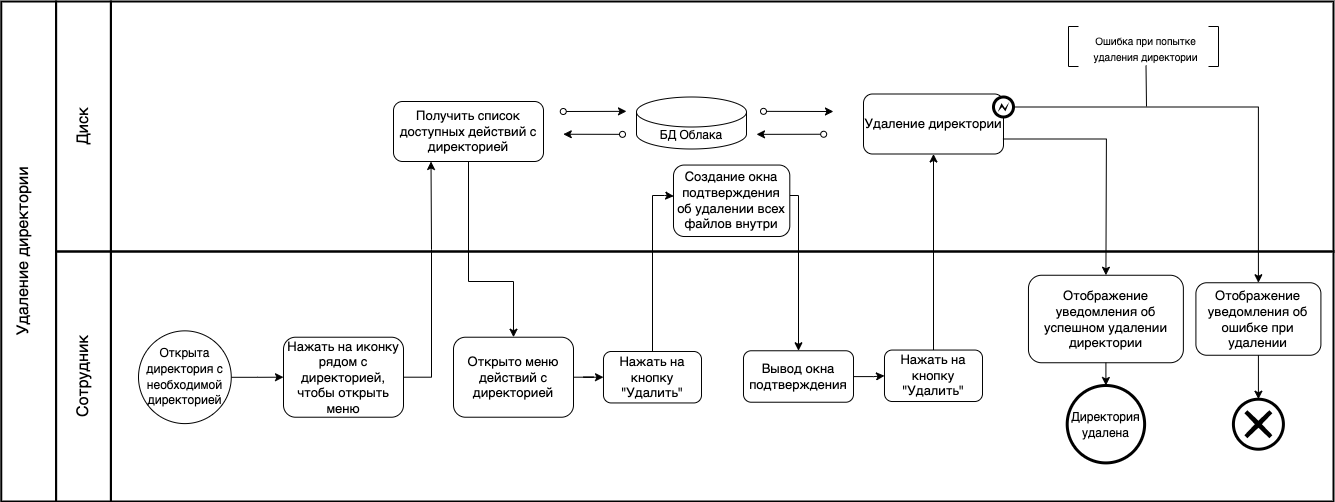
Before: docs/bpmn/UML + BPMN-7.6.2 BPMN.drawio.png, a diagram exported from draw.io (shuv8/cloudstorage). Source tidied: cells renumbered, new cells last; positions are measured from the earlier drawing's top-left corner, leaving out a move shared by most shapes.
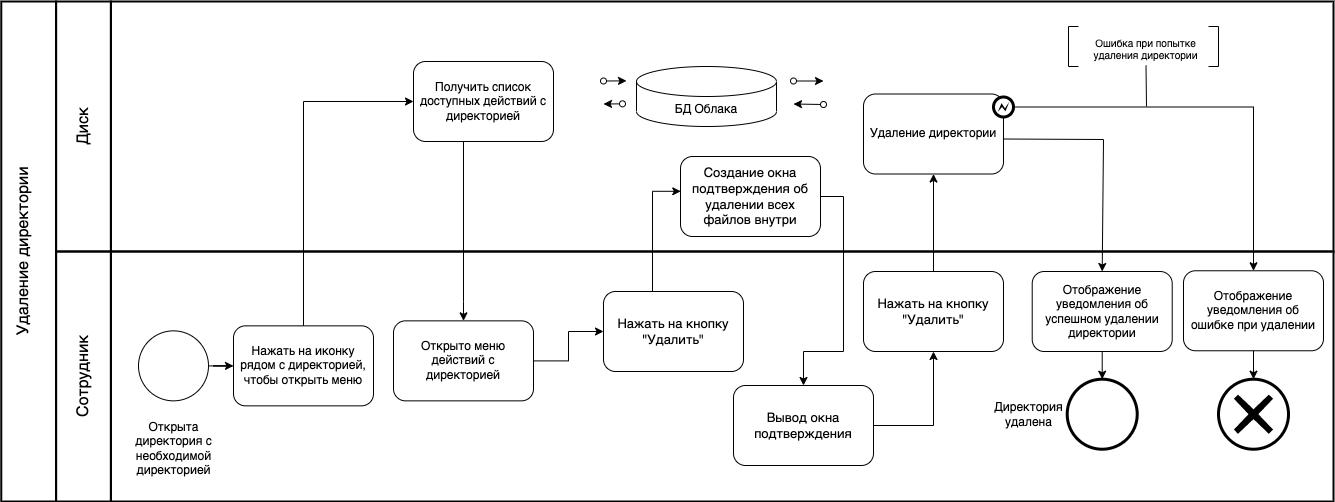
After the change.

What changed in the source:
```diff
@@ -29,22 +29,21 @@
     <mxCell id="10" style="edgeStyle=orthogonalEdgeStyle;rounded=0;jettySize=auto;html=1;entryX=0.002;entryY=0.435;entryDx=0;entryDy=0;entryPerimeter=0;" parent="1" edge="1" source="11" target="22">
       <mxGeometry relative="1" as="geometry">
         <Array as="points">
-          <mxPoint x="729" y="194" />
-          <mxPoint x="741" y="194" />
+          <mxPoint x="729" y="190" />
         </Array>
       </mxGeometry>
     </mxCell>
     <mxCell id="11" value="Нажать на кнопку &quot;Удалить&quot;" style="rounded=1;whiteSpace=wrap;html=1;fontSize=13;" parent="1" vertex="1">
-      <mxGeometry x="680" y="350" width="98" height="51.5" as="geometry" />
+      <mxGeometry x="680" y="290" width="140" height="80" as="geometry" />
     </mxCell>
-    <mxCell id="12" value="Удаление директории" style="rounded=1;whiteSpace=wrap;html=1;fontSize=13;" parent="1" vertex="1">
-      <mxGeometry x="940" y="92.5" width="140" height="60" as="geometry" />
+    <mxCell id="12" value="Удаление директории" style="rounded=1;whiteSpace=wrap;html=1;fontSize=12;" parent="1" vertex="1">
+      <mxGeometry x="940" y="92.5" width="140" height="80" as="geometry" />
     </mxCell>
     <mxCell id="13" style="ellipse;whiteSpace=wrap;html=1;fontSize=13;strokeWidth=3;" parent="1" vertex="1">
-      <mxGeometry x="1143.7" y="384" width="77.4" height="77.4" as="geometry" />
+      <mxGeometry x="1143.7" y="377.7" width="70" height="70" as="geometry" />
     </mxCell>
-    <mxCell id="14" value="Отображение уведомления об успешном удалении директории" style="rounded=1;whiteSpace=wrap;html=1;fontSize=13;" parent="1" vertex="1">
-      <mxGeometry x="1105" y="273.8" width="154.9" height="87.5" as="geometry" />
+    <mxCell id="14" value="Отображение уведомления об успешном удалении директории" style="rounded=1;whiteSpace=wrap;html=1;fontSize=12;" parent="1" vertex="1">
+      <mxGeometry x="1108.7" y="270" width="140" height="80" as="geometry" />
     </mxCell>
     <mxCell id="15" style="endArrow=classic;html=1;fillColor=#000000;exitX=0.5;exitY=1;exitDx=0;exitDy=0;entryX=0.5;entryY=0;entryDx=0;entryDy=0;" parent="1" edge="1" source="14" target="13">
       <mxGeometry relative="1" as="geometry" />
@@ -52,108 +51,115 @@
     <mxCell id="16" style="edgeStyle=orthogonalEdgeStyle;rounded=0;jettySize=auto;html=1;entryX=0.5;entryY=0;entryDx=0;entryDy=0;entryPerimeter=0;" parent="1" edge="1" source="17" target="38">
       <mxGeometry relative="1" as="geometry" />
     </mxCell>
-    <mxCell id="17" value="Отображение уведомления об ошибке при удалении" style="rounded=1;whiteSpace=wrap;html=1;fontSize=13;" parent="1" vertex="1">
-      <mxGeometry x="1272.4" y="281.2" width="125" height="72.5" as="geometry" />
+    <mxCell id="17" value="Отображение уведомления об ошибке при удалении" style="rounded=1;whiteSpace=wrap;html=1;fontSize=12;" parent="1" vertex="1">
+      <mxGeometry x="1260" y="269.3" width="140" height="80" as="geometry" />
     </mxCell>
     <mxCell id="18" style="endArrow=classic;html=1;fontSize=13;exitX=0.656;exitY=0.55;exitDx=0;exitDy=0;entryX=0.5;entryY=0;entryDx=0;entryDy=0;rounded=0;exitPerimeter=0;" parent="1" edge="1" target="14">
       <mxGeometry relative="1" as="geometry">
         <mxPoint x="1079.4" y="137.5" as="sourcePoint" />
         <Array as="points">
-          <mxPoint x="1182.9" y="137.5" />
+          <mxPoint x="1180" y="138" />
         </Array>
       </mxGeometry>
     </mxCell>
-    <mxCell id="19" style="edgeStyle=orthogonalEdgeStyle;rounded=0;jettySize=auto;html=1;entryX=0;entryY=0.5;entryDx=0;entryDy=0;" parent="1" edge="1" source="20" target="41">
+    <mxCell id="19" style="edgeStyle=orthogonalEdgeStyle;rounded=0;jettySize=auto;html=1;entryX=0.5;entryY=1;entryDx=0;entryDy=0;exitX=1;exitY=0.5;exitDx=0;exitDy=0;" parent="1" edge="1" source="20" target="41">
       <mxGeometry relative="1" as="geometry" />
     </mxCell>
     <mxCell id="20" value="Вывод окна подтверждения" style="rounded=1;whiteSpace=wrap;html=1;fontSize=13;" parent="1" vertex="1">
-      <mxGeometry x="820" y="349.3" width="110" height="51.5" as="geometry" />
+      <mxGeometry x="810" y="384" width="140" height="80" as="geometry" />
     </mxCell>
-    <mxCell id="21" style="edgeStyle=orthogonalEdgeStyle;rounded=0;jettySize=auto;html=1;entryX=0.5;entryY=0;entryDx=0;entryDy=0;" parent="1" edge="1" source="22" target="20">
+    <mxCell id="21" style="edgeStyle=orthogonalEdgeStyle;rounded=0;jettySize=auto;html=1;entryX=0.5;entryY=0;entryDx=0;entryDy=0;exitX=1;exitY=0.5;exitDx=0;exitDy=0;" parent="1" edge="1" source="22" target="20">
       <mxGeometry relative="1" as="geometry">
         <Array as="points">
-          <mxPoint x="875" y="194" />
+          <mxPoint x="920" y="195" />
+          <mxPoint x="920" y="350" />
+          <mxPoint x="880" y="350" />
         </Array>
       </mxGeometry>
     </mxCell>
     <mxCell id="22" value="Создание окна подтверждения об удалении всех файлов внутри" style="rounded=1;whiteSpace=wrap;html=1;fontSize=13;" parent="1" vertex="1">
-      <mxGeometry x="750" y="163.5" width="116.3" height="71.5" as="geometry" />
+      <mxGeometry x="757" y="155" width="140" height="80" as="geometry" />
     </mxCell>
     <mxCell id="23" style="edgeStyle=orthogonalEdgeStyle;rounded=0;jettySize=auto;html=1;" parent="1" edge="1" source="24" target="26">
       <mxGeometry relative="1" as="geometry" />
     </mxCell>
     <mxCell id="24" style="ellipse;whiteSpace=wrap;html=1;fontSize=13;" parent="1" vertex="1">
-      <mxGeometry x="215" y="329.3" width="92.8" height="92.8" as="geometry" />
+      <mxGeometry x="215" y="329.3" width="70" height="70" as="geometry" />
     </mxCell>
-    <mxCell id="25" style="edgeStyle=orthogonalEdgeStyle;rounded=0;jettySize=auto;html=1;entryX=0.25;entryY=1;entryDx=0;entryDy=0;" parent="1" edge="1" source="26" target="29">
+    <mxCell id="25" style="edgeStyle=orthogonalEdgeStyle;rounded=0;jettySize=auto;html=1;entryX=0;entryY=0.5;entryDx=0;entryDy=0;exitX=0.5;exitY=0;exitDx=0;exitDy=0;" parent="1" edge="1" source="26" target="29">
       <mxGeometry relative="1" as="geometry">
         <Array as="points">
-          <mxPoint x="508" y="376" />
-          <mxPoint x="508" y="248" />
-          <mxPoint x="507" y="248" />
+          <mxPoint x="380" y="100" />
         </Array>
       </mxGeometry>
     </mxCell>
-    <mxCell id="26" value="Нажать на иконку рядом с директорией, чтобы открыть меню" style="rounded=1;whiteSpace=wrap;html=1;fontSize=13;" parent="1" vertex="1">
-      <mxGeometry x="360" y="335.7" width="120" height="80" as="geometry" />
+    <mxCell id="26" value="Нажать на иконку рядом с директорией, чтобы открыть меню" style="rounded=1;whiteSpace=wrap;html=1;fontSize=12;" parent="1" vertex="1">
+      <mxGeometry x="310" y="324.4" width="140" height="80" as="geometry" />
     </mxCell>
-    <mxCell id="27" value="&lt;font style=&quot;font-size: 12px;&quot;&gt;Открыта директория с необходимой директорией&lt;/font&gt;" style="text;html=1;strokeColor=none;fillColor=none;align=center;verticalAlign=middle;whiteSpace=wrap;rounded=0;fontSize=13;rotation=0;" parent="1" vertex="1">
-      <mxGeometry x="218.9" y="348.2" width="85" height="53.5" as="geometry" />
+    <mxCell id="27" value="&lt;font style=&quot;font-size: 12px;&quot;&gt;Открыта директория с необходимой директорией&lt;/font&gt;" style="text;html=1;strokeColor=none;fillColor=none;align=center;verticalAlign=middle;whiteSpace=wrap;rounded=0;fontSize=12;rotation=0;" parent="1" vertex="1">
+      <mxGeometry x="207.5" y="420" width="85" height="53.5" as="geometry" />
     </mxCell>
     <mxCell id="28" style="edgeStyle=orthogonalEdgeStyle;rounded=0;jettySize=auto;html=1;entryX=0.5;entryY=0;entryDx=0;entryDy=0;" parent="1" edge="1" source="29" target="31">
       <mxGeometry relative="1" as="geometry">
         <Array as="points">
-          <mxPoint x="545" y="280" />
-          <mxPoint x="590" y="280" />
+          <mxPoint x="540" y="300" />
+          <mxPoint x="540" y="300" />
         </Array>
       </mxGeometry>
     </mxCell>
-    <mxCell id="29" value="Получить список доступных действий с директорией" style="rounded=1;whiteSpace=wrap;html=1;fontSize=13;" parent="1" vertex="1">
-      <mxGeometry x="470" y="100" width="150" height="60" as="geometry" />
+    <mxCell id="29" value="Получить список доступных действий с директорией" style="rounded=1;whiteSpace=wrap;html=1;fontSize=12;" parent="1" vertex="1">
+      <mxGeometry x="490" y="60" width="140" height="80" as="geometry" />
     </mxCell>
     <mxCell id="30" style="edgeStyle=orthogonalEdgeStyle;rounded=0;jettySize=auto;html=1;entryX=0;entryY=0.5;entryDx=0;entryDy=0;" parent="1" edge="1" source="31" target="11">
       <mxGeometry relative="1" as="geometry" />
     </mxCell>
-    <mxCell id="31" value="Открыто меню действий с директорией" style="rounded=1;whiteSpace=wrap;html=1;fontSize=13;" parent="1" vertex="1">
-      <mxGeometry x="530" y="335.7" width="120" height="80" as="geometry" />
+    <mxCell id="31" value="Открыто меню действий с директорией" style="rounded=1;whiteSpace=wrap;html=1;fontSize=12;" parent="1" vertex="1">
+      <mxGeometry x="470" y="319.3" width="140" height="80" as="geometry" />
     </mxCell>
     <mxCell id="32" style="group;" parent="1" vertex="1">
-      <mxGeometry x="680" y="90.5" width="220" height="62" as="geometry" />
+      <mxGeometry x="680" y="60" width="220" height="62" as="geometry" />
     </mxCell>
     <mxCell id="33" value="БД Облака" style="shape=cylinder3;whiteSpace=wrap;html=1;boundedLbl=1;backgroundOutline=1;size=15;" parent="32" vertex="1">
-      <mxGeometry x="33" y="5" width="110" height="52" as="geometry" />
+      <mxGeometry x="33" y="5" width="140" height="60" as="geometry" />
     </mxCell>
-    <mxCell id="34" style="endArrow=classic;html=1;rounded=0;startArrow=oval;startFill=0;entryX=0.591;entryY=0.44;entryDx=0;entryDy=0;entryPerimeter=0;" parent="32" edge="1" target="2">
+    <mxCell id="34" style="endArrow=classic;html=1;rounded=0;startArrow=oval;startFill=0;" parent="32" edge="1">
       <mxGeometry relative="1" as="geometry">
-        <mxPoint x="160" y="19.4" as="sourcePoint" />
+        <mxPoint x="190" y="19.5" as="sourcePoint" />
+        <mxPoint x="220" y="19.5" as="targetPoint" />
+        <Array as="points">
+          <mxPoint x="220" y="19.5" />
+        </Array>
       </mxGeometry>
     </mxCell>
-    <mxCell id="35" style="endArrow=classic;html=1;rounded=0;startArrow=oval;startFill=0;exitX=0.583;exitY=0.531;exitDx=0;exitDy=0;exitPerimeter=0;" parent="32" edge="1" source="2">
+    <mxCell id="35" style="endArrow=classic;html=1;rounded=0;startArrow=oval;startFill=0;" parent="32" edge="1">
       <mxGeometry relative="1" as="geometry">
-        <mxPoint x="153" y="42.4" as="targetPoint" />
+        <mxPoint x="220" y="43" as="sourcePoint" />
+        <mxPoint x="190" y="42.5" as="targetPoint" />
       </mxGeometry>
     </mxCell>
-    <mxCell id="36" style="endArrow=classic;html=1;rounded=0;startArrow=oval;startFill=0;exitX=0.37;exitY=0.44;exitDx=0;exitDy=0;exitPerimeter=0;" parent="32" edge="1" source="2">
+    <mxCell id="36" style="endArrow=classic;html=1;rounded=0;startArrow=oval;startFill=0;" parent="32" edge="1">
       <mxGeometry relative="1" as="geometry">
+        <mxPoint y="19.5" as="sourcePoint" />
         <mxPoint x="23" y="19.4" as="targetPoint" />
       </mxGeometry>
     </mxCell>
-    <mxCell id="37" style="endArrow=classic;html=1;rounded=0;startArrow=oval;startFill=0;entryX=0.37;entryY=0.531;entryDx=0;entryDy=0;entryPerimeter=0;" parent="32" edge="1" target="2">
+    <mxCell id="37" style="endArrow=classic;html=1;rounded=0;startArrow=oval;startFill=0;" parent="32" edge="1">
       <mxGeometry relative="1" as="geometry">
         <mxPoint x="19" y="42.3" as="sourcePoint" />
+        <mxPoint y="42.5" as="targetPoint" />
       </mxGeometry>
     </mxCell>
     <mxCell id="38" style="points=[[0.145,0.145,0],[0.5,0,0],[0.855,0.145,0],[1,0.5,0],[0.855,0.855,0],[0.5,1,0],[0.145,0.855,0],[0,0.5,0]];shape=mxgraph.bpmn.event;html=1;verticalLabelPosition=bottom;labelBackgroundColor=#ffffff;verticalAlign=top;align=center;perimeter=ellipsePerimeter;outlineConnect=0;outline=end;symbol=cancel;" parent="1" vertex="1">
-      <mxGeometry x="1309.9" y="397.7" width="50" height="50" as="geometry" />
+      <mxGeometry x="1295" y="377.7" width="70" height="70" as="geometry" />
     </mxCell>
-    <mxCell id="39" value="&lt;font style=&quot;font-size: 12px;&quot;&gt;Директория удалена&lt;/font&gt;" style="text;html=1;strokeColor=none;fillColor=none;align=center;verticalAlign=middle;whiteSpace=wrap;rounded=0;fontSize=13;rotation=0;" parent="1" vertex="1">
-      <mxGeometry x="1146.8" y="401.8" width="71.3" height="42.5" as="geometry" />
+    <mxCell id="39" value="&lt;font style=&quot;font-size: 12px;&quot;&gt;Директория удалена&lt;/font&gt;" style="text;html=1;strokeColor=none;fillColor=none;align=center;verticalAlign=middle;whiteSpace=wrap;rounded=0;fontSize=12;rotation=0;" parent="1" vertex="1">
+      <mxGeometry x="1070" y="391.5" width="71.3" height="42.5" as="geometry" />
     </mxCell>
     <mxCell id="40" style="edgeStyle=orthogonalEdgeStyle;rounded=0;jettySize=auto;html=1;entryX=0.5;entryY=1;entryDx=0;entryDy=0;" parent="1" edge="1" source="41" target="12">
       <mxGeometry relative="1" as="geometry" />
     </mxCell>
     <mxCell id="41" value="Нажать на кнопку &quot;Удалить&quot;" style="rounded=1;whiteSpace=wrap;html=1;fontSize=13;" parent="1" vertex="1">
-      <mxGeometry x="961" y="348.5" width="98" height="51.5" as="geometry" />
+      <mxGeometry x="940" y="270" width="140" height="80" as="geometry" />
     </mxCell>
     <mxCell id="42" style="group;" parent="1" vertex="1">
       <mxGeometry x="1100" y="40" width="255.1" height="72" as="geometry" />
@@ -164,7 +170,7 @@
     <mxCell id="44" style="group;" parent="42" vertex="1">
       <mxGeometry x="70.1" y="7.5" width="185" height="55" as="geometry" />
     </mxCell>
-    <mxCell id="45" value="&lt;font size=&quot;1&quot;&gt;Ошибка при попытке удаления директории&lt;/font&gt;" style="text;html=1;strokeColor=none;fillColor=none;align=center;verticalAlign=middle;whiteSpace=wrap;rounded=0;fontSize=13;" parent="42" vertex="1">
+    <mxCell id="45" value="&lt;font style=&quot;font-size: 10px;&quot;&gt;Ошибка при попытке удаления директории&lt;/font&gt;" style="text;html=1;strokeColor=none;fillColor=none;align=center;verticalAlign=middle;whiteSpace=wrap;rounded=0;fontSize=10;" parent="42" vertex="1">
       <mxGeometry x="55" y="-10" width="135" height="34" as="geometry" />
     </mxCell>
     <mxCell id="46" style="edgeStyle=orthogonalEdgeStyle;rounded=0;jettySize=auto;html=1;entryX=0.5;entryY=0;entryDx=0;entryDy=0;" parent="1" edge="1" source="47" target="17">
```
